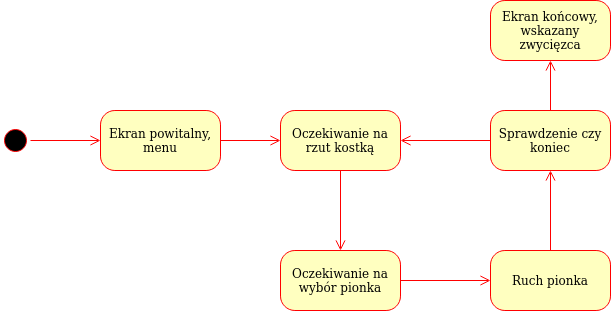
This is Dokumentacja_wstępna/MaszynaStanow.png from Maja06063/Chinczyk, a draw.io export, as it was before one commit. Source tidied: cells renumbered, new cells last; positions are measured from the earlier drawing's top-left corner, leaving out a move shared by most shapes. The source it was exported from:
```xml
<mxGraphModel background="#ffffff">
  <root>
    <mxCell id="0" />
    <mxCell id="1" parent="0" />
    <mxCell id="2" style="ellipse;html=1;shape=startState;fillColor=#000000;strokeColor=#ff0000;rounded=1;shadow=0;comic=0;labelBackgroundColor=none;fontFamily=Verdana;fontSize=12;fontColor=#000000;align=center;direction=south;" parent="1" vertex="1">
      <mxGeometry y="125" width="30" height="30" as="geometry" />
    </mxCell>
    <mxCell id="3" value="Ekran powitalny, menu" style="rounded=1;whiteSpace=wrap;html=1;arcSize=24;fillColor=#ffffc0;strokeColor=#ff0000;shadow=0;comic=0;labelBackgroundColor=none;fontFamily=Verdana;fontSize=12;fontColor=#000000;align=center;" parent="1" vertex="1">
      <mxGeometry x="100" y="110" width="120" height="60" as="geometry" />
    </mxCell>
    <mxCell id="4" style="edgeStyle=orthogonalEdgeStyle;html=1;labelBackgroundColor=none;endArrow=open;endSize=8;strokeColor=#ff0000;fontFamily=Verdana;fontSize=12;align=left;" parent="1" edge="1" source="2" target="3">
      <mxGeometry relative="1" as="geometry" />
    </mxCell>
    <mxCell id="5" value="Oczekiwanie na rzut kostką" style="rounded=1;whiteSpace=wrap;html=1;arcSize=24;fillColor=#ffffc0;strokeColor=#ff0000;shadow=0;comic=0;labelBackgroundColor=none;fontFamily=Verdana;fontSize=12;fontColor=#000000;align=center;" parent="1" vertex="1">
      <mxGeometry x="280" y="110" width="120" height="60" as="geometry" />
    </mxCell>
    <mxCell id="6" value="Oczekiwanie na wybór pionka" style="rounded=1;whiteSpace=wrap;html=1;arcSize=24;fillColor=#ffffc0;strokeColor=#ff0000;shadow=0;comic=0;labelBackgroundColor=none;fontFamily=Verdana;fontSize=12;fontColor=#000000;align=center;" parent="1" vertex="1">
      <mxGeometry x="280" y="250" width="120" height="60" as="geometry" />
    </mxCell>
    <mxCell id="7" value="Ruch pionka" style="rounded=1;whiteSpace=wrap;html=1;arcSize=24;fillColor=#ffffc0;strokeColor=#ff0000;shadow=0;comic=0;labelBackgroundColor=none;fontFamily=Verdana;fontSize=12;fontColor=#000000;align=center;" parent="1" vertex="1">
      <mxGeometry x="490" y="250" width="120" height="60" as="geometry" />
    </mxCell>
    <mxCell id="8" value="Sprawdzenie czy koniec" style="rounded=1;whiteSpace=wrap;html=1;arcSize=24;fillColor=#ffffc0;strokeColor=#ff0000;shadow=0;comic=0;labelBackgroundColor=none;fontFamily=Verdana;fontSize=12;fontColor=#000000;align=center;" parent="1" vertex="1">
      <mxGeometry x="490" y="110" width="120" height="60" as="geometry" />
    </mxCell>
    <mxCell id="9" value="Ekran końcowy, wskazany zwycięzca" style="rounded=1;whiteSpace=wrap;html=1;arcSize=24;fillColor=#ffffc0;strokeColor=#ff0000;shadow=0;comic=0;labelBackgroundColor=none;fontFamily=Verdana;fontSize=12;fontColor=#000000;align=center;" parent="1" vertex="1">
      <mxGeometry x="490" width="120" height="60" as="geometry" />
    </mxCell>
    <mxCell id="10" style="edgeStyle=orthogonalEdgeStyle;html=1;labelBackgroundColor=none;endArrow=open;endSize=8;strokeColor=#ff0000;fontFamily=Verdana;fontSize=12;align=left;exitX=1;exitY=0.5;exitDx=0;exitDy=0;entryX=0;entryY=0.5;entryDx=0;entryDy=0;" parent="1" edge="1" source="3" target="5">
      <mxGeometry relative="1" as="geometry" />
    </mxCell>
    <mxCell id="11" style="edgeStyle=orthogonalEdgeStyle;html=1;labelBackgroundColor=none;endArrow=open;endSize=8;strokeColor=#ff0000;fontFamily=Verdana;fontSize=12;align=left;exitX=0.5;exitY=1;exitDx=0;exitDy=0;entryX=0.5;entryY=0;entryDx=0;entryDy=0;" parent="1" edge="1" source="5" target="6">
      <mxGeometry relative="1" as="geometry" />
    </mxCell>
    <mxCell id="12" style="edgeStyle=orthogonalEdgeStyle;html=1;labelBackgroundColor=none;endArrow=open;endSize=8;strokeColor=#ff0000;fontFamily=Verdana;fontSize=12;align=left;exitX=1;exitY=0.5;exitDx=0;exitDy=0;entryX=0;entryY=0.5;entryDx=0;entryDy=0;" parent="1" edge="1" source="6" target="7">
      <mxGeometry relative="1" as="geometry" />
    </mxCell>
    <mxCell id="13" style="edgeStyle=orthogonalEdgeStyle;html=1;labelBackgroundColor=none;endArrow=open;endSize=8;strokeColor=#ff0000;fontFamily=Verdana;fontSize=12;align=left;exitX=0.5;exitY=0;exitDx=0;exitDy=0;entryX=0.5;entryY=1;entryDx=0;entryDy=0;" parent="1" edge="1" source="7" target="8">
      <mxGeometry relative="1" as="geometry" />
    </mxCell>
    <mxCell id="14" style="edgeStyle=orthogonalEdgeStyle;html=1;labelBackgroundColor=none;endArrow=open;endSize=8;strokeColor=#ff0000;fontFamily=Verdana;fontSize=12;align=left;exitX=0;exitY=0.5;exitDx=0;exitDy=0;entryX=1;entryY=0.5;entryDx=0;entryDy=0;" parent="1" edge="1" source="8" target="5">
      <mxGeometry relative="1" as="geometry" />
    </mxCell>
    <mxCell id="15" style="edgeStyle=orthogonalEdgeStyle;html=1;labelBackgroundColor=none;endArrow=open;endSize=8;strokeColor=#ff0000;fontFamily=Verdana;fontSize=12;align=left;exitX=0.5;exitY=0;exitDx=0;exitDy=0;entryX=0.5;entryY=1;entryDx=0;entryDy=0;" parent="1" edge="1" source="8" target="9">
      <mxGeometry relative="1" as="geometry" />
    </mxCell>
  </root>
</mxGraphModel>
```
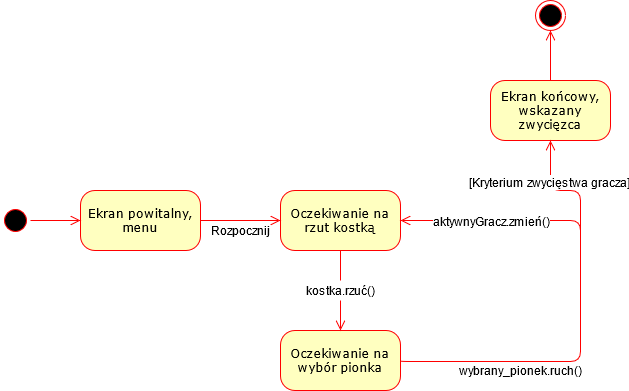
After the commit.

Commit message:
Poprawa maszyny stanów

Change to the diagram source:
```diff
@@ -6,7 +6,7 @@
       <mxGeometry y="125" width="30" height="30" as="geometry" />
     </mxCell>
     <mxCell id="3" value="Ekran powitalny, menu" style="rounded=1;whiteSpace=wrap;html=1;arcSize=24;fillColor=#ffffc0;strokeColor=#ff0000;shadow=0;comic=0;labelBackgroundColor=none;fontFamily=Verdana;fontSize=12;fontColor=#000000;align=center;" parent="1" vertex="1">
-      <mxGeometry x="100" y="110" width="120" height="60" as="geometry" />
+      <mxGeometry x="80" y="110" width="120" height="60" as="geometry" />
     </mxCell>
     <mxCell id="4" style="edgeStyle=orthogonalEdgeStyle;html=1;labelBackgroundColor=none;endArrow=open;endSize=8;strokeColor=#ff0000;fontFamily=Verdana;fontSize=12;align=left;" parent="1" edge="1" source="2" target="3">
       <mxGeometry relative="1" as="geometry" />
@@ -17,32 +17,59 @@
     <mxCell id="6" value="Oczekiwanie na wybór pionka" style="rounded=1;whiteSpace=wrap;html=1;arcSize=24;fillColor=#ffffc0;strokeColor=#ff0000;shadow=0;comic=0;labelBackgroundColor=none;fontFamily=Verdana;fontSize=12;fontColor=#000000;align=center;" parent="1" vertex="1">
       <mxGeometry x="280" y="250" width="120" height="60" as="geometry" />
     </mxCell>
-    <mxCell id="7" value="Ruch pionka" style="rounded=1;whiteSpace=wrap;html=1;arcSize=24;fillColor=#ffffc0;strokeColor=#ff0000;shadow=0;comic=0;labelBackgroundColor=none;fontFamily=Verdana;fontSize=12;fontColor=#000000;align=center;" parent="1" vertex="1">
-      <mxGeometry x="490" y="250" width="120" height="60" as="geometry" />
-    </mxCell>
-    <mxCell id="8" value="Sprawdzenie czy koniec" style="rounded=1;whiteSpace=wrap;html=1;arcSize=24;fillColor=#ffffc0;strokeColor=#ff0000;shadow=0;comic=0;labelBackgroundColor=none;fontFamily=Verdana;fontSize=12;fontColor=#000000;align=center;" parent="1" vertex="1">
-      <mxGeometry x="490" y="110" width="120" height="60" as="geometry" />
-    </mxCell>
     <mxCell id="9" value="Ekran końcowy, wskazany zwycięzca" style="rounded=1;whiteSpace=wrap;html=1;arcSize=24;fillColor=#ffffc0;strokeColor=#ff0000;shadow=0;comic=0;labelBackgroundColor=none;fontFamily=Verdana;fontSize=12;fontColor=#000000;align=center;" parent="1" vertex="1">
       <mxGeometry x="490" width="120" height="60" as="geometry" />
     </mxCell>
     <mxCell id="10" style="edgeStyle=orthogonalEdgeStyle;html=1;labelBackgroundColor=none;endArrow=open;endSize=8;strokeColor=#ff0000;fontFamily=Verdana;fontSize=12;align=left;exitX=1;exitY=0.5;exitDx=0;exitDy=0;entryX=0;entryY=0.5;entryDx=0;entryDy=0;" parent="1" edge="1" source="3" target="5">
       <mxGeometry relative="1" as="geometry" />
     </mxCell>
-    <mxCell id="11" style="edgeStyle=orthogonalEdgeStyle;html=1;labelBackgroundColor=none;endArrow=open;endSize=8;strokeColor=#ff0000;fontFamily=Verdana;fontSize=12;align=left;exitX=0.5;exitY=1;exitDx=0;exitDy=0;entryX=0.5;entryY=0;entryDx=0;entryDy=0;" parent="1" edge="1" source="5" target="6">
+    <mxCell id="11" style="edgeStyle=orthogonalEdgeStyle;html=1;labelBackgroundColor=none;endArrow=open;endSize=8;strokeColor=#ff0000;fontFamily=Verdana;fontSize=12;align=left;exitX=0.5;exitY=1;exitDx=0;exitDy=0;entryX=0.5;entryY=0;entryDx=0;entryDy=0;startArrow=none;" parent="1" edge="1" source="21" target="6">
       <mxGeometry relative="1" as="geometry" />
     </mxCell>
-    <mxCell id="12" style="edgeStyle=orthogonalEdgeStyle;html=1;labelBackgroundColor=none;endArrow=open;endSize=8;strokeColor=#ff0000;fontFamily=Verdana;fontSize=12;align=left;exitX=1;exitY=0.5;exitDx=0;exitDy=0;entryX=0;entryY=0.5;entryDx=0;entryDy=0;" parent="1" edge="1" source="6" target="7">
-      <mxGeometry relative="1" as="geometry" />
-    </mxCell>
-    <mxCell id="13" style="edgeStyle=orthogonalEdgeStyle;html=1;labelBackgroundColor=none;endArrow=open;endSize=8;strokeColor=#ff0000;fontFamily=Verdana;fontSize=12;align=left;exitX=0.5;exitY=0;exitDx=0;exitDy=0;entryX=0.5;entryY=1;entryDx=0;entryDy=0;" parent="1" edge="1" source="7" target="8">
-      <mxGeometry relative="1" as="geometry" />
+    <mxCell id="13" style="edgeStyle=orthogonalEdgeStyle;html=1;labelBackgroundColor=none;endArrow=open;endSize=8;strokeColor=#ff0000;fontFamily=Verdana;fontSize=12;align=left;exitX=1;exitY=0.5;exitDx=0;exitDy=0;entryX=1;entryY=0.5;entryDx=0;entryDy=0;" parent="1" edge="1" source="6" target="5">
+      <mxGeometry relative="1" as="geometry">
+        <Array as="points">
+          <mxPoint x="400" y="281" />
+          <mxPoint x="580" y="281" />
+          <mxPoint x="580" y="140" />
+        </Array>
+      </mxGeometry>
     </mxCell>
-    <mxCell id="14" style="edgeStyle=orthogonalEdgeStyle;html=1;labelBackgroundColor=none;endArrow=open;endSize=8;strokeColor=#ff0000;fontFamily=Verdana;fontSize=12;align=left;exitX=0;exitY=0.5;exitDx=0;exitDy=0;entryX=1;entryY=0.5;entryDx=0;entryDy=0;" parent="1" edge="1" source="8" target="5">
-      <mxGeometry relative="1" as="geometry" />
-    </mxCell>
+    <mxCell id="16" value="&lt;font style=&quot;font-size: 12px&quot;&gt;aktywnyGracz.zmień()&lt;/font&gt;" style="edgeLabel;html=1;align=center;verticalAlign=middle;" parent="13" vertex="1">
+      <mxGeometry x="0.8" y="2" relative="1" as="geometry">
+        <mxPoint x="39" y="-2" as="offset" />
+      </mxGeometry>
+    </mxCell>
-    <mxCell id="15" style="edgeStyle=orthogonalEdgeStyle;html=1;labelBackgroundColor=none;endArrow=open;endSize=8;strokeColor=#ff0000;fontFamily=Verdana;fontSize=12;align=left;exitX=0.5;exitY=0;exitDx=0;exitDy=0;entryX=0.5;entryY=1;entryDx=0;entryDy=0;" parent="1" edge="1" source="8" target="9">
-      <mxGeometry relative="1" as="geometry" />
+    <mxCell id="15" style="edgeStyle=orthogonalEdgeStyle;html=1;labelBackgroundColor=none;endArrow=open;endSize=8;strokeColor=#ff0000;fontFamily=Verdana;fontSize=12;align=left;entryX=0.5;entryY=1;entryDx=0;entryDy=0;" parent="1" edge="1" target="9">
+      <mxGeometry relative="1" as="geometry">
+        <mxPoint x="580" y="160" as="sourcePoint" />
+      </mxGeometry>
     </mxCell>
+    <mxCell id="17" value="&lt;font style=&quot;font-size: 12px&quot;&gt;[Kryterium zwycięstwa gracza]&lt;/font&gt;" style="edgeLabel;html=1;align=center;verticalAlign=middle;" parent="15" vertex="1">
+      <mxGeometry x="0.37" y="2" relative="1" as="geometry" />
+    </mxCell>
+    <mxCell id="18" style="ellipse;html=1;shape=endState;fillColor=#000000;strokeColor=#ff0000;" parent="1" vertex="1">
+      <mxGeometry x="535" y="-80" width="30" height="30" as="geometry" />
+    </mxCell>
+    <mxCell id="19" style="edgeStyle=orthogonalEdgeStyle;html=1;labelBackgroundColor=none;endArrow=open;endSize=8;strokeColor=#ff0000;fontFamily=Verdana;fontSize=12;align=left;exitX=0.5;exitY=0;exitDx=0;exitDy=0;entryX=0.5;entryY=1;entryDx=0;entryDy=0;" parent="1" edge="1" source="9" target="18">
+      <mxGeometry relative="1" as="geometry">
+        <Array as="points">
+          <mxPoint x="550" y="-20" />
+          <mxPoint x="550" y="-20" />
+        </Array>
+      </mxGeometry>
+    </mxCell>
+    <mxCell id="20" value="Rozpocznij" style="text;html=1;align=center;verticalAlign=middle;strokeColor=none;" parent="1" vertex="1">
+      <mxGeometry x="205" y="140" width="70" height="20" as="geometry" />
+    </mxCell>
+    <mxCell id="21" value="kostka.rzuć()" style="text;html=1;align=center;verticalAlign=middle;points=[];strokeColor=none;" parent="1" vertex="1">
+      <mxGeometry x="300" y="200" width="80" height="20" as="geometry" />
+    </mxCell>
+    <mxCell id="22" style="edgeStyle=orthogonalEdgeStyle;html=1;labelBackgroundColor=none;endArrow=none;endSize=8;strokeColor=#ff0000;fontFamily=Verdana;fontSize=12;align=left;exitX=0.5;exitY=1;exitDx=0;exitDy=0;entryX=0.5;entryY=0;entryDx=0;entryDy=0;" parent="1" edge="1" source="5" target="21">
+      <mxGeometry relative="1" as="geometry" />
+    </mxCell>
+    <mxCell id="23" value="&lt;font style=&quot;font-size: 12px&quot;&gt;wybrany_pionek.ruch()&lt;/font&gt;" style="text;html=1;align=center;verticalAlign=middle;strokeColor=none;" parent="1" vertex="1">
+      <mxGeometry x="455" y="280" width="130" height="20" as="geometry" />
+    </mxCell>
   </root>
 </mxGraphModel>
```
